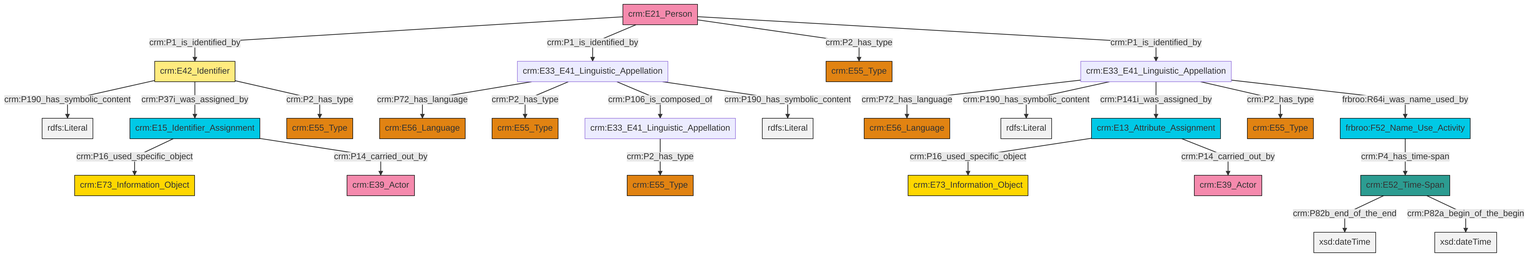
Earlier version of the Mermaid export et/personCSV/ttl/mmd/png/Person_Names_and_Classification.png (swiss-art-research-net/reference-data-models). Its source is kept beside it as et/personCSV/ttl/mmd/Person_Names_and_Classification.ttl.mmd. The source it was exported from:
```mermaid
graph TD
classDef Literal fill:#f2f2f2,stroke:#000000;
classDef CRM_Entity fill:#FFFFFF,stroke:#000000;
classDef Temporal_Entity fill:#00C9E6, stroke:#000000;
classDef Type fill:#E18312, stroke:#000000;
classDef Time-Span fill:#2C9C91, stroke:#000000;
classDef Appellation fill:#FFEB7F, stroke:#000000;
classDef Place fill:#008836, stroke:#000000;
classDef Persistent_Item fill:#B266B2, stroke:#000000;
classDef Conceptual_Object fill:#FFD700, stroke:#000000;
classDef Physical_Thing fill:#D2B48C, stroke:#000000;
classDef Actor fill:#f58aad, stroke:#000000;
classDef PC_Classes fill:#4ce600, stroke:#000000;
classDef Multi fill:#cccccc,stroke:#000000;

0["crm:E42_Identifier"]:::Appellation -->|crm:P190_has_symbolic_content| 1[rdfs:Literal]:::Literal
10["crm:E21_Person"]:::Actor -->|crm:P1_is_identified_by| 0["crm:E42_Identifier"]:::Appellation
15["crm:E33_E41_Linguistic_Appellation"]:::Default -->|crm:P72_has_language| 16["crm:E56_Language"]:::Type
0["crm:E42_Identifier"]:::Appellation -->|crm:P37i_was_assigned_by| 17["crm:E15_Identifier_Assignment"]:::Temporal_Entity
18["crm:E33_E41_Linguistic_Appellation"]:::Default -->|crm:P72_has_language| 11["crm:E56_Language"]:::Type
18["crm:E33_E41_Linguistic_Appellation"]:::Default -->|crm:P2_has_type| 8["crm:E55_Type"]:::Type
10["crm:E21_Person"]:::Actor -->|crm:P1_is_identified_by| 18["crm:E33_E41_Linguistic_Appellation"]:::Default
10["crm:E21_Person"]:::Actor -->|crm:P2_has_type| 26["crm:E55_Type"]:::Type
10["crm:E21_Person"]:::Actor -->|crm:P1_is_identified_by| 15["crm:E33_E41_Linguistic_Appellation"]:::Default
15["crm:E33_E41_Linguistic_Appellation"]:::Default -->|crm:P190_has_symbolic_content| 27[rdfs:Literal]:::Literal
17["crm:E15_Identifier_Assignment"]:::Temporal_Entity -->|crm:P16_used_specific_object| 30["crm:E73_Information_Object"]:::Conceptual_Object
18["crm:E33_E41_Linguistic_Appellation"]:::Default -->|crm:P106_is_composed_of| 2["crm:E33_E41_Linguistic_Appellation"]:::Default
4["crm:E52_Time-Span"]:::Time-Span -->|crm:P82b_end_of_the_end| 34[xsd:dateTime]:::Literal
32["frbroo:F52_Name_Use_Activity"]:::Temporal_Entity -->|crm:P4_has_time-span| 4["crm:E52_Time-Span"]:::Time-Span
15["crm:E33_E41_Linguistic_Appellation"]:::Default -->|crm:P141i_was_assigned_by| 21["crm:E13_Attribute_Assignment"]:::Temporal_Entity
18["crm:E33_E41_Linguistic_Appellation"]:::Default -->|crm:P190_has_symbolic_content| 39[rdfs:Literal]:::Literal
21["crm:E13_Attribute_Assignment"]:::Temporal_Entity -->|crm:P16_used_specific_object| 37["crm:E73_Information_Object"]:::Conceptual_Object
4["crm:E52_Time-Span"]:::Time-Span -->|crm:P82a_begin_of_the_begin| 40[xsd:dateTime]:::Literal
17["crm:E15_Identifier_Assignment"]:::Temporal_Entity -->|crm:P14_carried_out_by| 6["crm:E39_Actor"]:::Actor
15["crm:E33_E41_Linguistic_Appellation"]:::Default -->|crm:P2_has_type| 23["crm:E55_Type"]:::Type
21["crm:E13_Attribute_Assignment"]:::Temporal_Entity -->|crm:P14_carried_out_by| 43["crm:E39_Actor"]:::Actor
15["crm:E33_E41_Linguistic_Appellation"]:::Default -->|frbroo:R64i_was_name_used_by| 32["frbroo:F52_Name_Use_Activity"]:::Temporal_Entity
0["crm:E42_Identifier"]:::Appellation -->|crm:P2_has_type| 28["crm:E55_Type"]:::Type
2["crm:E33_E41_Linguistic_Appellation"]:::Default -->|crm:P2_has_type| 19["crm:E55_Type"]:::Type
```
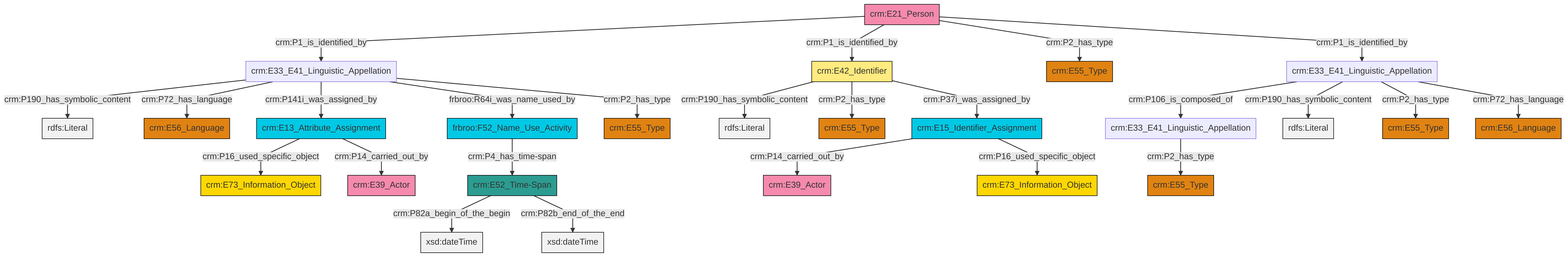
After the change.

Diff of the diagram source:
```diff
@@ -13,27 +13,27 @@
 classDef PC_Classes fill:#4ce600, stroke:#000000;
 classDef Multi fill:#cccccc,stroke:#000000;
 
-0["crm:E42_Identifier"]:::Appellation -->|crm:P190_has_symbolic_content| 1[rdfs:Literal]:::Literal
-10["crm:E21_Person"]:::Actor -->|crm:P1_is_identified_by| 0["crm:E42_Identifier"]:::Appellation
-15["crm:E33_E41_Linguistic_Appellation"]:::Default -->|crm:P72_has_language| 16["crm:E56_Language"]:::Type
-0["crm:E42_Identifier"]:::Appellation -->|crm:P37i_was_assigned_by| 17["crm:E15_Identifier_Assignment"]:::Temporal_Entity
-18["crm:E33_E41_Linguistic_Appellation"]:::Default -->|crm:P72_has_language| 11["crm:E56_Language"]:::Type
-18["crm:E33_E41_Linguistic_Appellation"]:::Default -->|crm:P2_has_type| 8["crm:E55_Type"]:::Type
-10["crm:E21_Person"]:::Actor -->|crm:P1_is_identified_by| 18["crm:E33_E41_Linguistic_Appellation"]:::Default
-10["crm:E21_Person"]:::Actor -->|crm:P2_has_type| 26["crm:E55_Type"]:::Type
-10["crm:E21_Person"]:::Actor -->|crm:P1_is_identified_by| 15["crm:E33_E41_Linguistic_Appellation"]:::Default
-15["crm:E33_E41_Linguistic_Appellation"]:::Default -->|crm:P190_has_symbolic_content| 27[rdfs:Literal]:::Literal
-17["crm:E15_Identifier_Assignment"]:::Temporal_Entity -->|crm:P16_used_specific_object| 30["crm:E73_Information_Object"]:::Conceptual_Object
-18["crm:E33_E41_Linguistic_Appellation"]:::Default -->|crm:P106_is_composed_of| 2["crm:E33_E41_Linguistic_Appellation"]:::Default
-4["crm:E52_Time-Span"]:::Time-Span -->|crm:P82b_end_of_the_end| 34[xsd:dateTime]:::Literal
-32["frbroo:F52_Name_Use_Activity"]:::Temporal_Entity -->|crm:P4_has_time-span| 4["crm:E52_Time-Span"]:::Time-Span
-15["crm:E33_E41_Linguistic_Appellation"]:::Default -->|crm:P141i_was_assigned_by| 21["crm:E13_Attribute_Assignment"]:::Temporal_Entity
-18["crm:E33_E41_Linguistic_Appellation"]:::Default -->|crm:P190_has_symbolic_content| 39[rdfs:Literal]:::Literal
-21["crm:E13_Attribute_Assignment"]:::Temporal_Entity -->|crm:P16_used_specific_object| 37["crm:E73_Information_Object"]:::Conceptual_Object
-4["crm:E52_Time-Span"]:::Time-Span -->|crm:P82a_begin_of_the_begin| 40[xsd:dateTime]:::Literal
-17["crm:E15_Identifier_Assignment"]:::Temporal_Entity -->|crm:P14_carried_out_by| 6["crm:E39_Actor"]:::Actor
-15["crm:E33_E41_Linguistic_Appellation"]:::Default -->|crm:P2_has_type| 23["crm:E55_Type"]:::Type
-21["crm:E13_Attribute_Assignment"]:::Temporal_Entity -->|crm:P14_carried_out_by| 43["crm:E39_Actor"]:::Actor
-15["crm:E33_E41_Linguistic_Appellation"]:::Default -->|frbroo:R64i_was_name_used_by| 32["frbroo:F52_Name_Use_Activity"]:::Temporal_Entity
-0["crm:E42_Identifier"]:::Appellation -->|crm:P2_has_type| 28["crm:E55_Type"]:::Type
-2["crm:E33_E41_Linguistic_Appellation"]:::Default -->|crm:P2_has_type| 19["crm:E55_Type"]:::Type
+4["crm:E33_E41_Linguistic_Appellation"]:::Default -->|crm:P106_is_composed_of| 5["crm:E33_E41_Linguistic_Appellation"]:::Default
+8["crm:E21_Person"]:::Actor -->|crm:P1_is_identified_by| 9["crm:E33_E41_Linguistic_Appellation"]:::Default
+10["crm:E13_Attribute_Assignment"]:::Temporal_Entity -->|crm:P16_used_specific_object| 11["crm:E73_Information_Object"]:::Conceptual_Object
+6["crm:E52_Time-Span"]:::Time-Span -->|crm:P82a_begin_of_the_begin| 12[xsd:dateTime]:::Literal
+13["crm:E42_Identifier"]:::Appellation -->|crm:P190_has_symbolic_content| 14[rdfs:Literal]:::Literal
+4["crm:E33_E41_Linguistic_Appellation"]:::Default -->|crm:P190_has_symbolic_content| 15[rdfs:Literal]:::Literal
+22["crm:E15_Identifier_Assignment"]:::Temporal_Entity -->|crm:P14_carried_out_by| 2["crm:E39_Actor"]:::Actor
+8["crm:E21_Person"]:::Actor -->|crm:P1_is_identified_by| 13["crm:E42_Identifier"]:::Appellation
+13["crm:E42_Identifier"]:::Appellation -->|crm:P2_has_type| 18["crm:E55_Type"]:::Type
+9["crm:E33_E41_Linguistic_Appellation"]:::Default -->|crm:P190_has_symbolic_content| 23[rdfs:Literal]:::Literal
+4["crm:E33_E41_Linguistic_Appellation"]:::Default -->|crm:P2_has_type| 24["crm:E55_Type"]:::Type
+4["crm:E33_E41_Linguistic_Appellation"]:::Default -->|crm:P72_has_language| 27["crm:E56_Language"]:::Type
+8["crm:E21_Person"]:::Actor -->|crm:P2_has_type| 16["crm:E55_Type"]:::Type
+22["crm:E15_Identifier_Assignment"]:::Temporal_Entity -->|crm:P16_used_specific_object| 30["crm:E73_Information_Object"]:::Conceptual_Object
+10["crm:E13_Attribute_Assignment"]:::Temporal_Entity -->|crm:P14_carried_out_by| 0["crm:E39_Actor"]:::Actor
+6["crm:E52_Time-Span"]:::Time-Span -->|crm:P82b_end_of_the_end| 39[xsd:dateTime]:::Literal
+9["crm:E33_E41_Linguistic_Appellation"]:::Default -->|crm:P72_has_language| 28["crm:E56_Language"]:::Type
+42["frbroo:F52_Name_Use_Activity"]:::Temporal_Entity -->|crm:P4_has_time-span| 6["crm:E52_Time-Span"]:::Time-Span
+9["crm:E33_E41_Linguistic_Appellation"]:::Default -->|crm:P141i_was_assigned_by| 10["crm:E13_Attribute_Assignment"]:::Temporal_Entity
+8["crm:E21_Person"]:::Actor -->|crm:P1_is_identified_by| 4["crm:E33_E41_Linguistic_Appellation"]:::Default
+13["crm:E42_Identifier"]:::Appellation -->|crm:P37i_was_assigned_by| 22["crm:E15_Identifier_Assignment"]:::Temporal_Entity
+9["crm:E33_E41_Linguistic_Appellation"]:::Default -->|frbroo:R64i_was_name_used_by| 42["frbroo:F52_Name_Use_Activity"]:::Temporal_Entity
+5["crm:E33_E41_Linguistic_Appellation"]:::Default -->|crm:P2_has_type| 44["crm:E55_Type"]:::Type
+9["crm:E33_E41_Linguistic_Appellation"]:::Default -->|crm:P2_has_type| 35["crm:E55_Type"]:::Type
```
